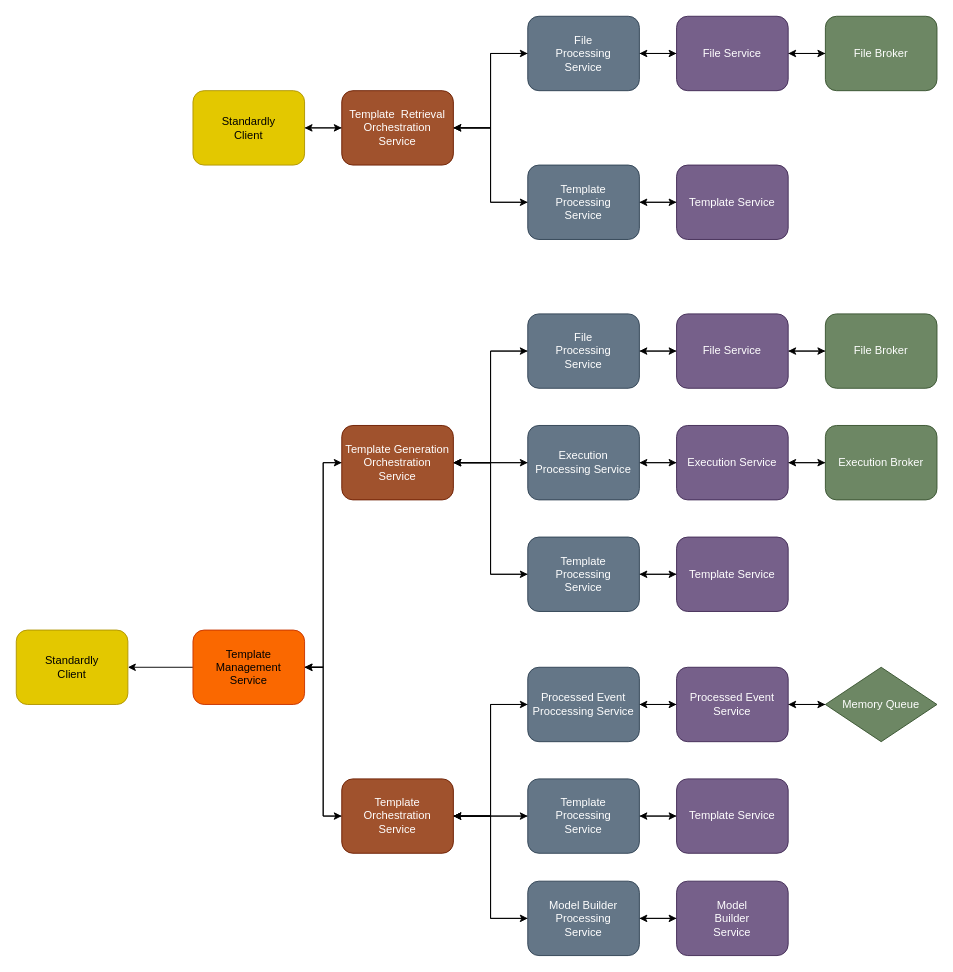
Earlier version of the draw.io diagram Documentation/Standardly.Core.drawio (cjdutoit/Standardly.Core). Source tidied: cells renumbered, new cells numbered last; positions are measured from the earlier drawing's top-left corner, leaving out a move shared by most shapes. Both pictures are drawn from the tidied source at 93%, with x=0, y=0 at pixel (16, 16).
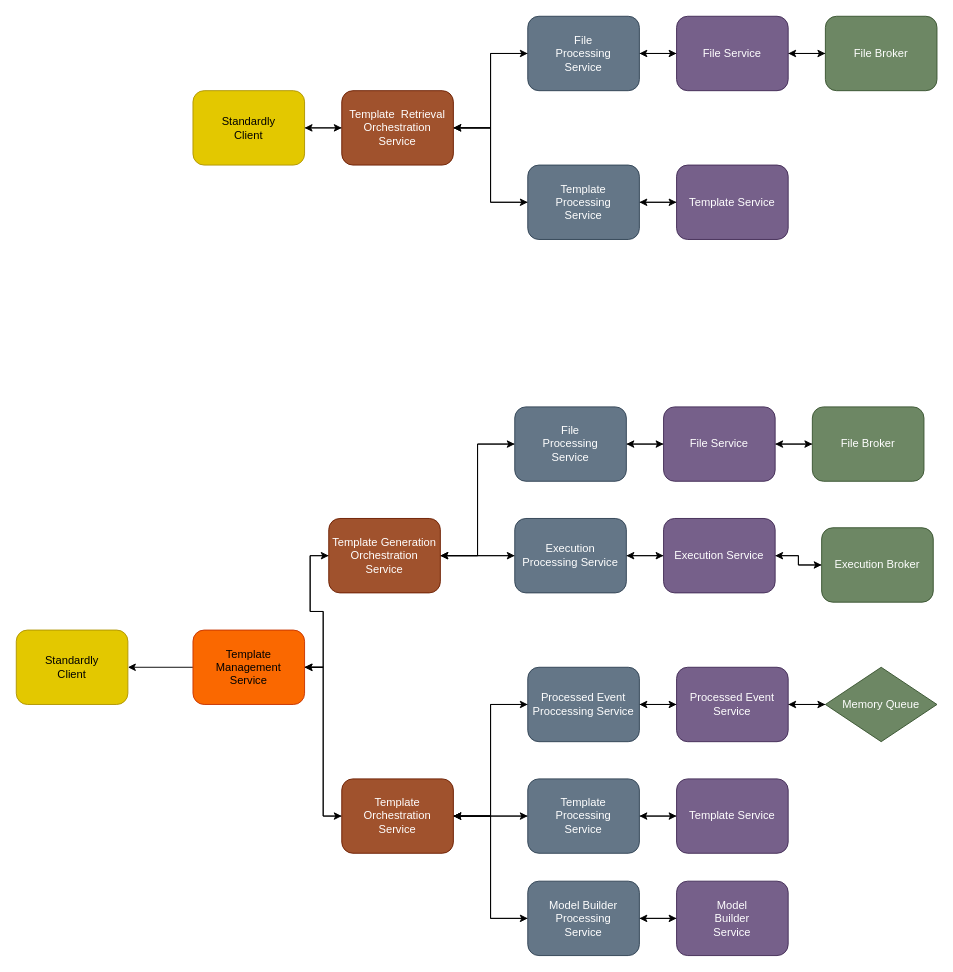
After the change.

Diff of the diagram source:
```diff
@@
     <mxCell id="42" value="File Broker" style="rounded=1;whiteSpace=wrap;html=1;fillColor=#6d8764;fontColor=#ffffff;strokeColor=#3A5431;" parent="1" vertex="1">
-      <mxGeometry x="870" y="320" width="120" height="80" as="geometry" />
+      <mxGeometry x="856" y="420" width="120" height="80" as="geometry" />
     </mxCell>
@@
     <mxCell id="45" value="File Service" style="rounded=1;whiteSpace=wrap;html=1;fillColor=#76608a;fontColor=#ffffff;strokeColor=#432D57;" parent="1" vertex="1">
-      <mxGeometry x="710" y="320" width="120" height="80" as="geometry" />
+      <mxGeometry x="696" y="420" width="120" height="80" as="geometry" />
     </mxCell>
@@
     <mxCell id="47" value="Execution Broker" style="rounded=1;whiteSpace=wrap;html=1;fillColor=#6d8764;fontColor=#ffffff;strokeColor=#3A5431;" parent="1" vertex="1">
-      <mxGeometry x="870" y="440" width="120" height="80" as="geometry" />
+      <mxGeometry x="866" y="550" width="120" height="80" as="geometry" />
     </mxCell>
@@
     <mxCell id="50" value="Execution Service" style="rounded=1;whiteSpace=wrap;html=1;fillColor=#76608a;fontColor=#ffffff;strokeColor=#432D57;" parent="1" vertex="1">
-      <mxGeometry x="710" y="440" width="120" height="80" as="geometry" />
+      <mxGeometry x="696" y="540" width="120" height="80" as="geometry" />
     </mxCell>
-    <mxCell id="51" style="edgeStyle=orthogonalEdgeStyle;rounded=0;jettySize=auto;html=1;exitX=0;exitY=0.5;exitDx=0;exitDy=0;" parent="1" edge="1" source="52" target="61">
-      <mxGeometry relative="1" as="geometry" />
-    </mxCell>
-    <mxCell id="52" value="Template Service" style="rounded=1;whiteSpace=wrap;html=1;fillColor=#76608a;fontColor=#ffffff;strokeColor=#432D57;" parent="1" vertex="1">
-      <mxGeometry x="710" y="560" width="120" height="80" as="geometry" />
-    </mxCell>
@@
     <mxCell id="55" value="File &lt;br&gt;Processing &lt;br&gt;Service" style="rounded=1;whiteSpace=wrap;html=1;fillColor=#647687;fontColor=#ffffff;strokeColor=#314354;" parent="1" vertex="1">
-      <mxGeometry x="550" y="320" width="120" height="80" as="geometry" />
+      <mxGeometry x="536" y="420" width="120" height="80" as="geometry" />
     </mxCell>
@@
     <mxCell id="58" value="Execution &lt;br&gt;Processing Service" style="rounded=1;whiteSpace=wrap;html=1;fillColor=#647687;fontColor=#ffffff;strokeColor=#314354;" parent="1" vertex="1">
-      <mxGeometry x="550" y="440" width="120" height="80" as="geometry" />
+      <mxGeometry x="536" y="540" width="120" height="80" as="geometry" />
     </mxCell>
-    <mxCell id="59" style="edgeStyle=orthogonalEdgeStyle;rounded=0;jettySize=auto;html=1;exitX=0;exitY=0.5;exitDx=0;exitDy=0;entryX=1;entryY=0.5;entryDx=0;entryDy=0;" parent="1" edge="1" source="61" target="66">
-      <mxGeometry relative="1" as="geometry" />
-    </mxCell>
-    <mxCell id="60" style="edgeStyle=orthogonalEdgeStyle;rounded=0;jettySize=auto;html=1;exitX=1;exitY=0.5;exitDx=0;exitDy=0;" parent="1" edge="1" source="61" target="52">
-      <mxGeometry relative="1" as="geometry" />
-    </mxCell>
-    <mxCell id="61" value="Template &lt;br&gt;Processing&lt;br&gt;Service" style="rounded=1;whiteSpace=wrap;html=1;fillColor=#647687;fontColor=#ffffff;strokeColor=#314354;" parent="1" vertex="1">
-      <mxGeometry x="550" y="560" width="120" height="80" as="geometry" />
-    </mxCell>
@@
-    <mxCell id="64" style="edgeStyle=orthogonalEdgeStyle;rounded=0;jettySize=auto;html=1;exitX=1;exitY=0.5;exitDx=0;exitDy=0;entryX=0;entryY=0.5;entryDx=0;entryDy=0;" parent="1" edge="1" source="66" target="61">
-      <mxGeometry relative="1" as="geometry" />
-    </mxCell>
@@
     <mxCell id="66" value="Template Generation Orchestration &lt;br&gt;Service" style="rounded=1;whiteSpace=wrap;html=1;fillColor=#a0522d;fontColor=#ffffff;strokeColor=#6D1F00;" parent="1" vertex="1">
-      <mxGeometry x="350" y="440" width="120" height="80" as="geometry" />
+      <mxGeometry x="336" y="540" width="120" height="80" as="geometry" />
     </mxCell>
```
